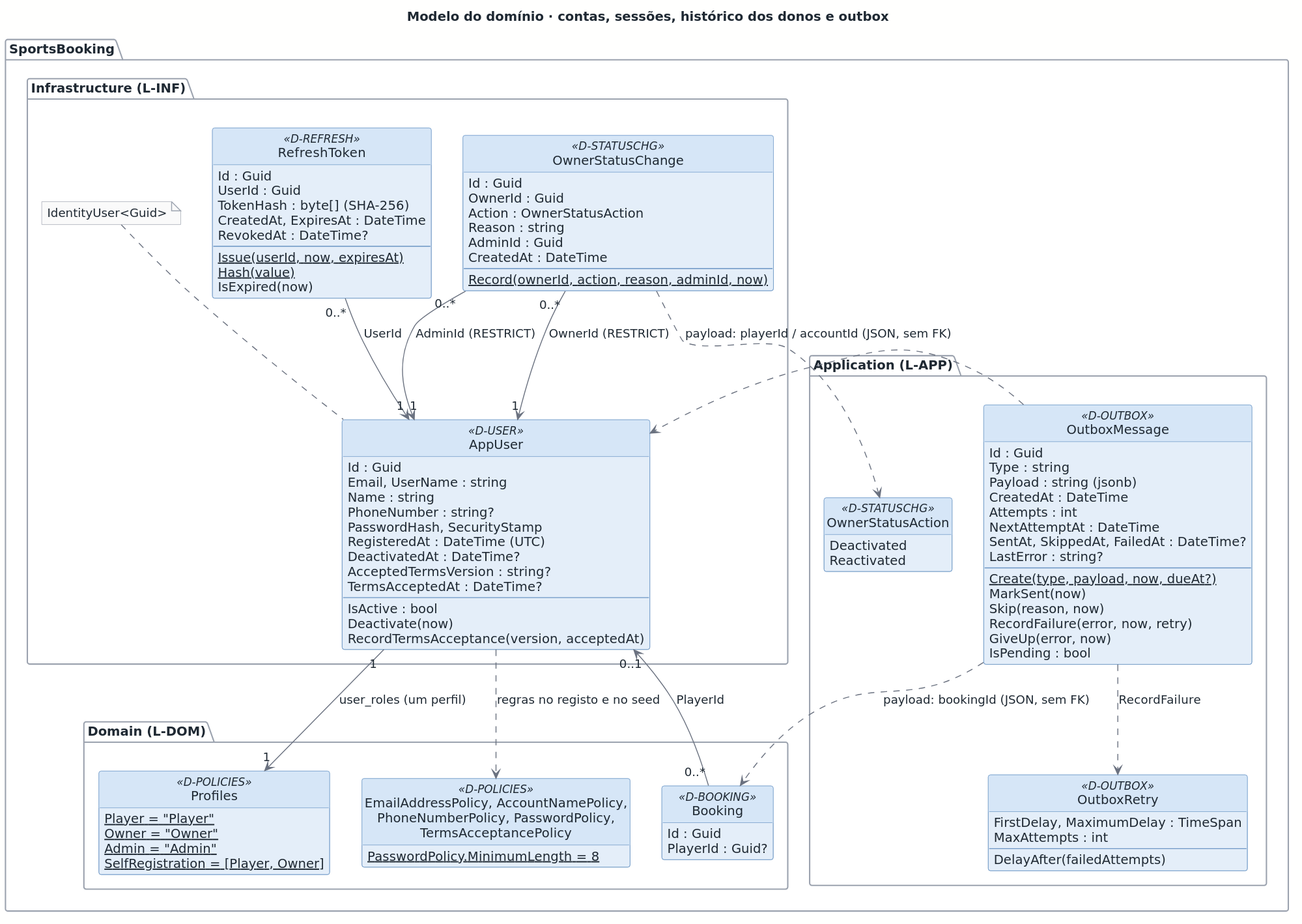
This is docs/architecture/out/logical-domain-accounts.svg from rodrigo4sousa/SportsEstablishments, a PlantUML export, as it was before one commit.
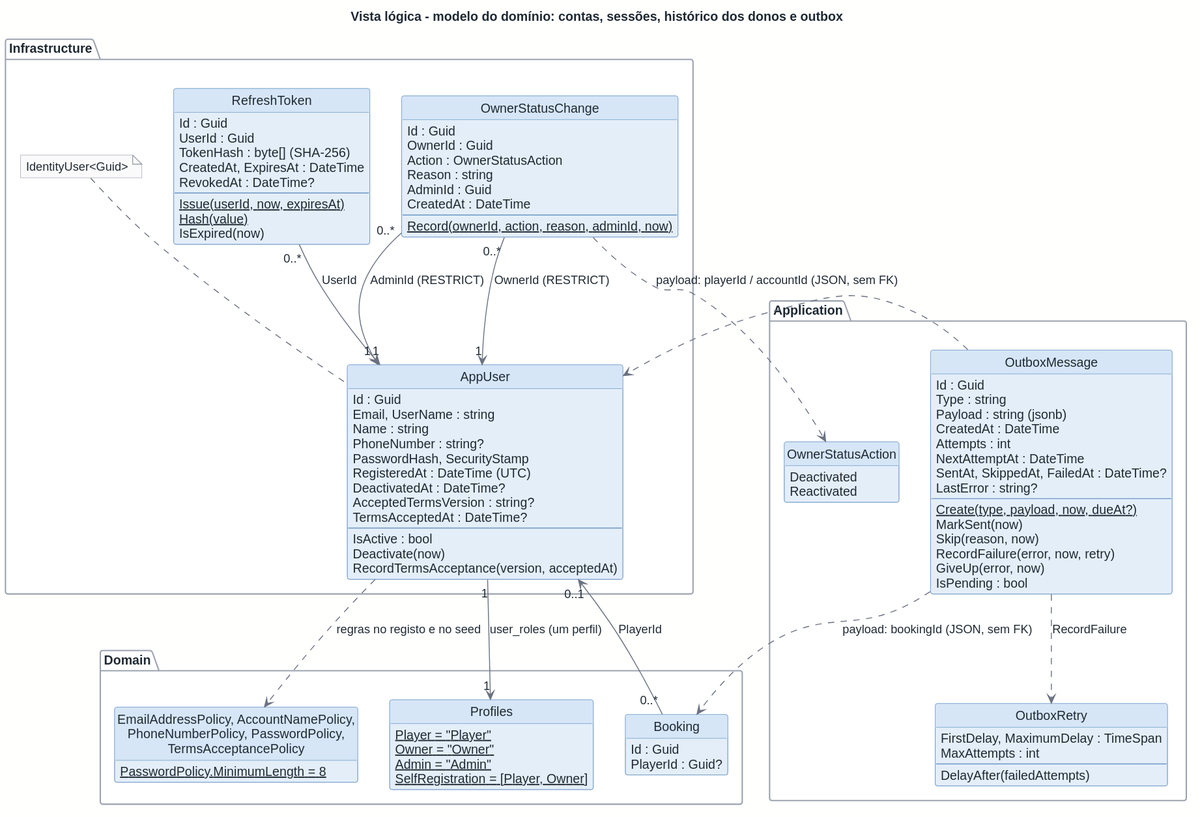
Later version of the same file.

What changed in the source:
```diff
@@ -1,27 +1,27 @@
 @startuml
 !include ../style.puml
-title Modelo do domínio · contas, sessões, histórico dos donos e outbox
+title Vista lógica - modelo do domínio: contas, sessões, histórico dos donos e outbox
 
 hide empty members
 
-package "SportsBooking.Domain (L-DOM)" {
-  class Profiles <<D-POLICIES>> {
+package "Domain" as L_DOM {
+  class "Profiles" as D_POLICIES_Profiles {
     {static} Player = "Player"
     {static} Owner = "Owner"
     {static} Admin = "Admin"
     {static} SelfRegistration = [Player, Owner]
   }
-  class "EmailAddressPolicy, AccountNamePolicy,\nPhoneNumberPolicy, PasswordPolicy,\nTermsAcceptancePolicy" as Policies <<D-POLICIES>> {
+  class "EmailAddressPolicy, AccountNamePolicy,\nPhoneNumberPolicy, PasswordPolicy,\nTermsAcceptancePolicy" as D_POLICIES {
     {static} PasswordPolicy.MinimumLength = 8
   }
-  class Booking <<D-BOOKING>> {
+  class "Booking" as D_BOOKING {
     Id : Guid
     PlayerId : Guid?
   }
 }
 
-package "SportsBooking.Infrastructure (L-INF)" {
-  class AppUser <<D-USER>> {
+package "Infrastructure" as L_INF {
+  class "AppUser" as D_USER {
     Id : Guid
     Email, UserName : string
     Name : string
@@ -36,9 +36,9 @@
     Deactivate(now)
     RecordTermsAcceptance(version, acceptedAt)
   }
-  note top of AppUser : IdentityUser<Guid>
+  note top of D_USER : IdentityUser<Guid>
 
-  class RefreshToken <<D-REFRESH>> {
+  class "RefreshToken" as D_REFRESH {
     Id : Guid
     UserId : Guid
     TokenHash : byte[] (SHA-256)
@@ -50,7 +50,7 @@
     IsExpired(now)
   }
 
-  class OwnerStatusChange <<D-STATUSCHG>> {
+  class "OwnerStatusChange" as D_STATUSCHG {
     Id : Guid
     OwnerId : Guid
     Action : OwnerStatusAction
@@ -62,13 +62,13 @@
   }
 }
 
-package "SportsBooking.Application (L-APP)" {
-  enum OwnerStatusAction <<D-STATUSCHG>> {
+package "Application" as L_APP {
+  enum "OwnerStatusAction" as D_STATUSCHG_OwnerStatusAction {
     Deactivated
     Reactivated
   }
 
-  class OutboxMessage <<D-OUTBOX>> {
+  class "OutboxMessage" as D_OUTBOX {
     Id : Guid
     Type : string
     Payload : string (jsonb)
@@ -86,7 +86,7 @@
     IsPending : bool
   }
 
-  class OutboxRetry <<D-OUTBOX>> {
+  class "OutboxRetry" as D_OUTBOX_OutboxRetry {
     FirstDelay, MaximumDelay : TimeSpan
     MaxAttempts : int
     --
@@ -94,14 +94,14 @@
   }
 }
 
-AppUser "1" --> "1" Profiles : user_roles (um perfil)
-AppUser ..> Policies : regras no registo e no seed
-RefreshToken "0..*" --> "1" AppUser : UserId
-OwnerStatusChange "0..*" --> "1" AppUser : OwnerId (RESTRICT)
-OwnerStatusChange "0..*" --> "1" AppUser : AdminId (RESTRICT)
-OwnerStatusChange ..> OwnerStatusAction
-Booking "0..*" --> "0..1" AppUser : PlayerId
-OutboxMessage ..> OutboxRetry : RecordFailure
-OutboxMessage ..> Booking : payload: bookingId (JSON, sem FK)
-OutboxMessage ..> AppUser : payload: playerId / accountId (JSON, sem FK)
+D_USER "1" --> "1" D_POLICIES_Profiles : user_roles (um perfil)
+D_USER ..> D_POLICIES : regras no registo e no seed
+D_REFRESH "0..*" --> "1" D_USER : UserId
+D_STATUSCHG "0..*" --> "1" D_USER : OwnerId (RESTRICT)
+D_STATUSCHG "0..*" --> "1" D_USER : AdminId (RESTRICT)
+D_STATUSCHG ..> D_STATUSCHG_OwnerStatusAction
+D_BOOKING "0..*" --> "0..1" D_USER : PlayerId
+D_OUTBOX ..> D_OUTBOX_OutboxRetry : RecordFailure
+D_OUTBOX ..> D_BOOKING : payload: bookingId (JSON, sem FK)
+D_OUTBOX ..> D_USER : payload: playerId / accountId (JSON, sem FK)
 @enduml
```
